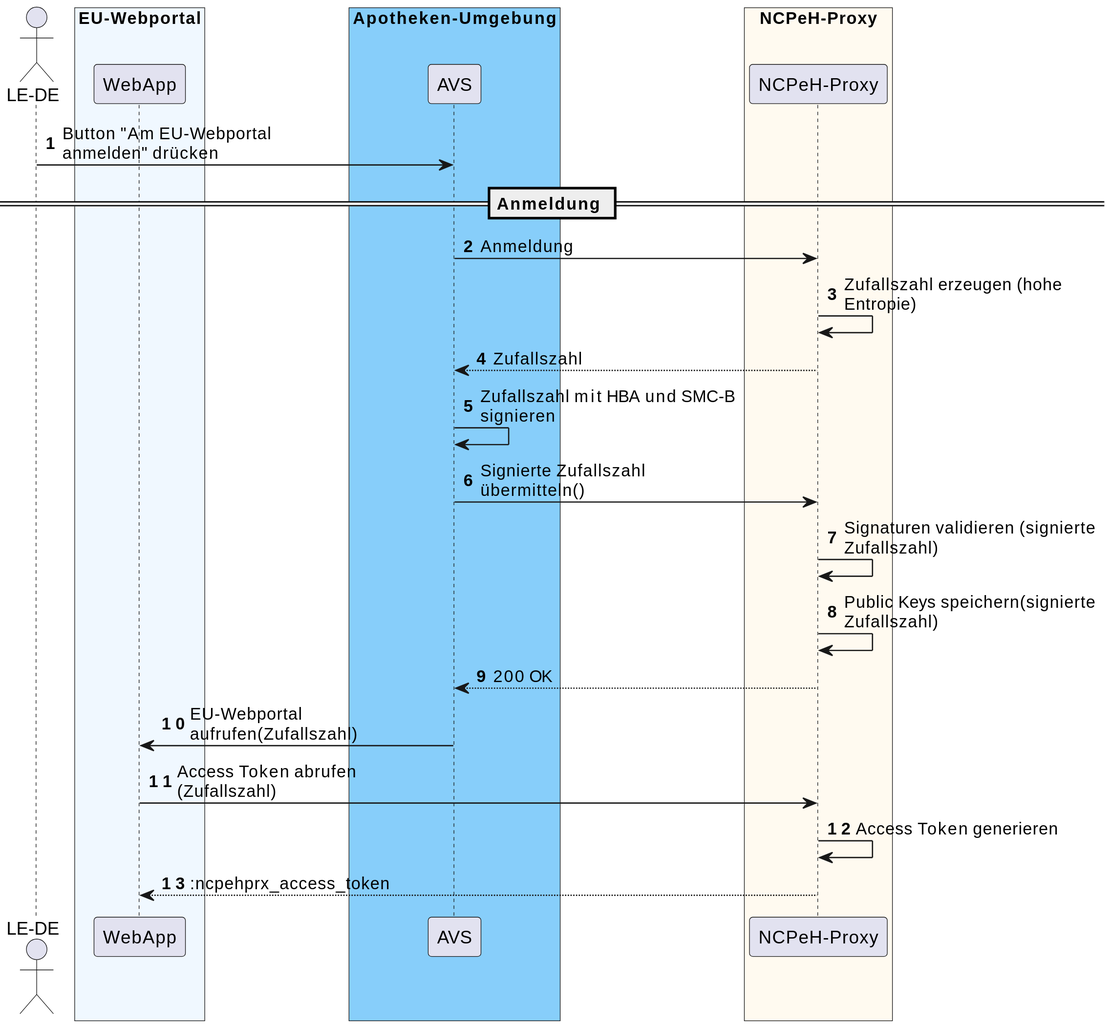
Above: images/feature/eped-b/auth/auth_seq-alternative4c.svg in gematik/api-ncpeh (PlantUML), before the change.
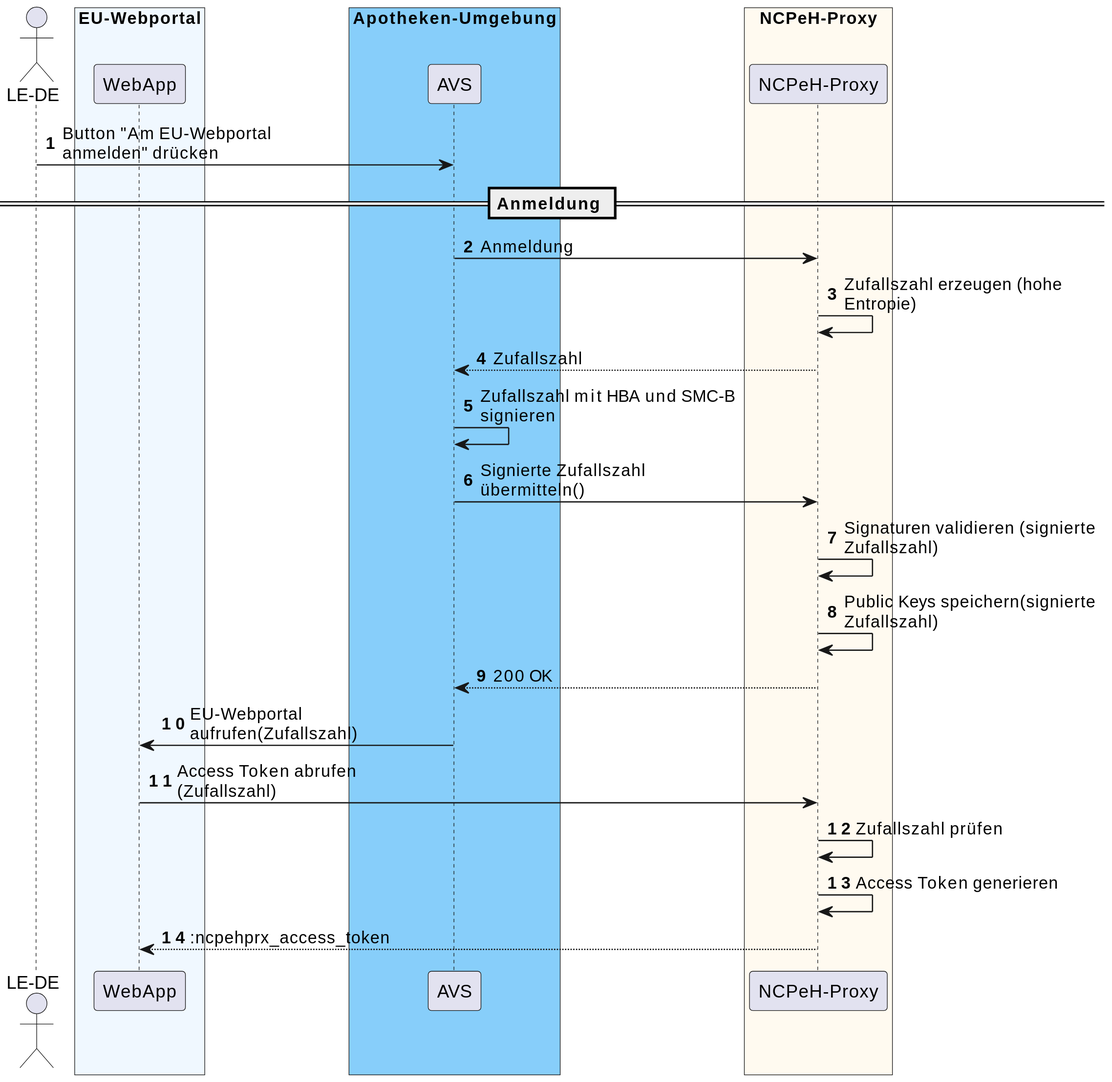
Above is the later version.

Change to the diagram source:
```diff
@@ -39,6 +39,7 @@
 AVS -> WebApp: EU-Webportal aufrufen(Zufallszahl)
 
 WebApp -> Proxy: Access Token abrufen (Zufallszahl)
+Proxy -> Proxy: Zufallszahl prüfen
 Proxy -> Proxy: Access Token generieren
 Proxy --> WebApp: :ncpehprx_access_token
 @enduml
```
